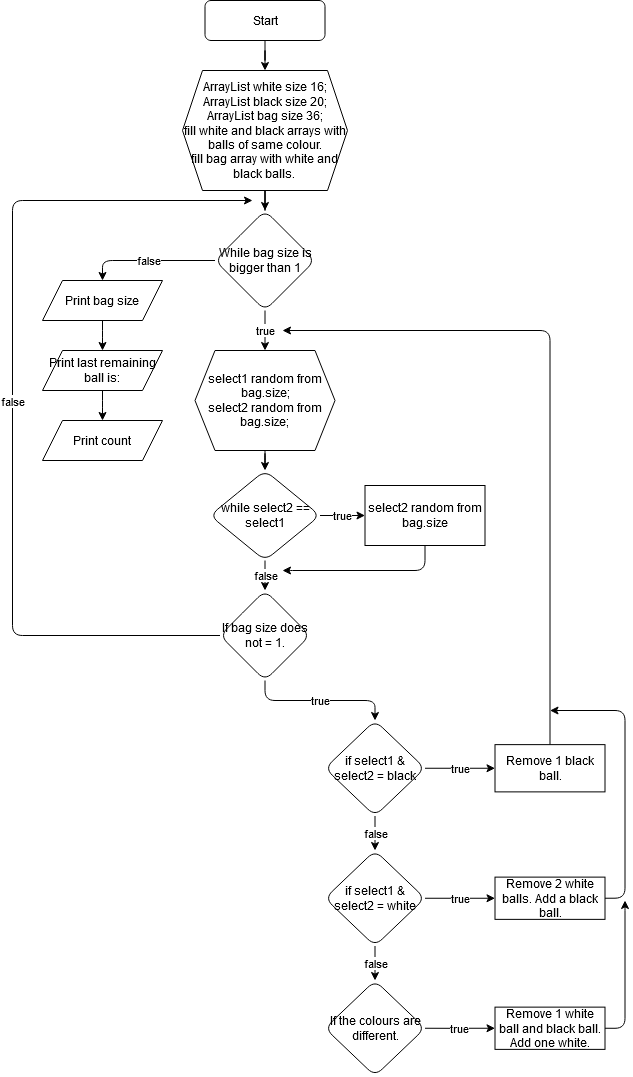
IgnasZyv/BallProject keeps this draw.io diagram as Untitled Diagram.png. Above is the earlier version. Source tidied: cells renumbered, new cells last; positions are measured from the earlier drawing's top-left corner, leaving out a move shared by most shapes.
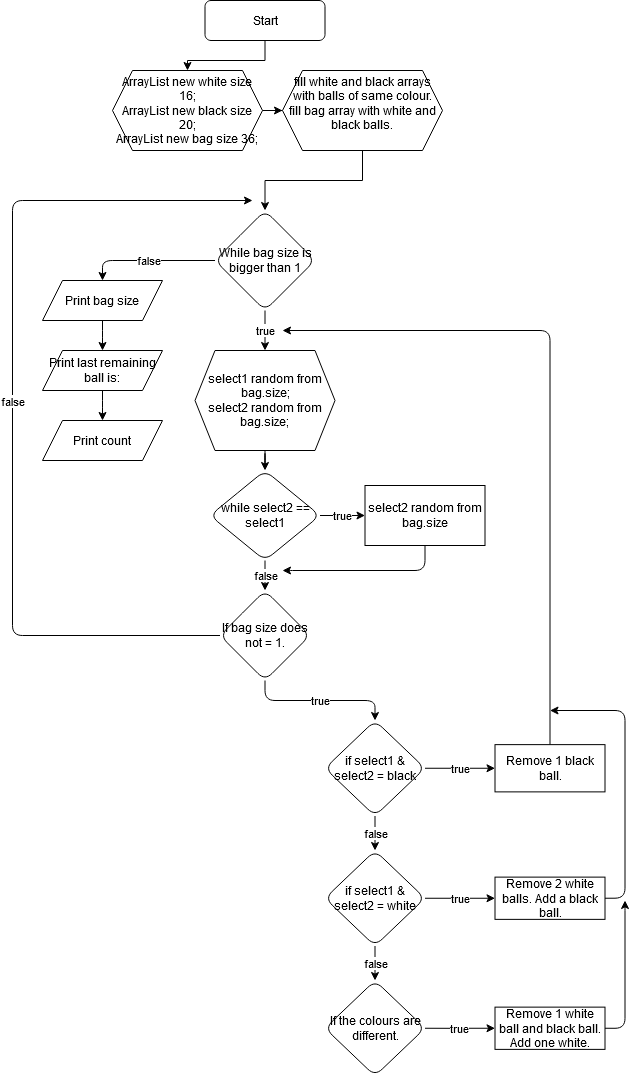
After the change.

What changed in the source:
```diff
@@ -8,11 +8,14 @@
     <mxCell id="3" value="Start" style="rounded=1;whiteSpace=wrap;html=1;glass=0;" parent="1" vertex="1">
       <mxGeometry x="192.5" width="120" height="40" as="geometry" />
     </mxCell>
-    <mxCell id="4" style="edgeStyle=orthogonalEdgeStyle;rounded=0;jettySize=auto;html=1;" parent="1" edge="1" source="5" target="8">
+    <mxCell id="4" style="edgeStyle=orthogonalEdgeStyle;rounded=0;jettySize=auto;html=1;exitX=0.5;exitY=1;exitDx=0;exitDy=0;" parent="1" edge="1" source="39" target="8">
       <mxGeometry relative="1" as="geometry" />
     </mxCell>
+    <mxCell id="38" style="edgeStyle=orthogonalEdgeStyle;rounded=0;jettySize=auto;html=1;exitX=1;exitY=0.5;exitDx=0;exitDy=0;" parent="1" edge="1" source="5" target="39">
+      <mxGeometry relative="1" as="geometry" />
+    </mxCell>
-    <mxCell id="5" value="&lt;div&gt;ArrayList white size 16;&lt;/div&gt;&lt;div&gt;ArrayList black size 20;&lt;/div&gt;&lt;div&gt;ArrayList bag size 36;&lt;/div&gt;&lt;div&gt;fill white and black arrays with balls of same colour.&lt;/div&gt;&lt;div&gt;fill bag array with white and black balls.&lt;br&gt;&lt;/div&gt;" style="shape=hexagon;perimeter=hexagonPerimeter2;whiteSpace=wrap;html=1;fixedSize=1;" parent="1" vertex="1">
-      <mxGeometry x="170" y="70" width="165" height="120" as="geometry" />
+    <mxCell id="5" value="&lt;div&gt;ArrayList new white size 16;&lt;/div&gt;&lt;div&gt;ArrayList new black size 20;&lt;/div&gt;&lt;div&gt;ArrayList new bag size 36;&lt;/div&gt;" style="shape=hexagon;perimeter=hexagonPerimeter2;whiteSpace=wrap;html=1;fixedSize=1;" parent="1" vertex="1">
+      <mxGeometry x="100" y="70" width="150" height="80" as="geometry" />
     </mxCell>
     <mxCell id="6" value="true" style="edgeStyle=orthogonalEdgeStyle;rounded=1;jettySize=auto;html=1;" parent="1" edge="1" source="8" target="10">
       <mxGeometry relative="1" as="geometry" />
@@ -143,5 +146,8 @@
     <mxCell id="37" value="Print count" style="shape=parallelogram;perimeter=parallelogramPerimeter;whiteSpace=wrap;html=1;fixedSize=1;" parent="1" vertex="1">
       <mxGeometry x="30" y="420" width="120" height="40" as="geometry" />
     </mxCell>
+    <mxCell id="39" value="&#10;&lt;div&gt;fill white and black arrays with balls of same colour.&lt;/div&gt;&lt;div&gt;fill bag array with white and black balls.&lt;/div&gt;&#10;&#10;" style="shape=hexagon;perimeter=hexagonPerimeter2;whiteSpace=wrap;html=1;fixedSize=1;" parent="1" vertex="1">
+      <mxGeometry x="270" y="70" width="160" height="80" as="geometry" />
+    </mxCell>
   </root>
 </mxGraphModel>
```
